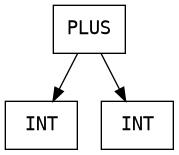
Above: ast.png in L-Marcel/texty (Graphviz), before the change. Its source is kept beside it as ast.dot. Source of this version:
```dot
digraph AST {
  node [shape=box, fontname="Courier"];
  "0x5555943cdda0" [label="PLUS"];
  "0x5555943cdda0" -> "0x5555943cdd60";
  "0x5555943cdd60" [label="INT"];
  "0x5555943cdda0" -> "0x5555943cdd80";
  "0x5555943cdd80" [label="INT"];
}
```
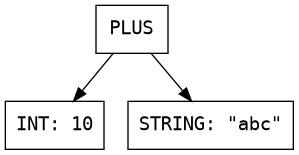
After the change.

What changed in the source:
```diff
@@ -1,8 +1,8 @@
 digraph AST {
   node [shape=box, fontname="Courier"];
-  "0x5555943cdda0" [label="PLUS"];
-  "0x5555943cdda0" -> "0x5555943cdd60";
-  "0x5555943cdd60" [label="INT"];
-  "0x5555943cdda0" -> "0x5555943cdd80";
-  "0x5555943cdd80" [label="INT"];
+  "0x55556f48fdc0" [label="PLUS"];
+  "0x55556f48fdc0" -> "0x55556f48fd60";
+  "0x55556f48fd60" [label="INT: 10"];
+  "0x55556f48fdc0" -> "0x55556f48fd80";
+  "0x55556f48fd80" [label="STRING: \"abc\""];
 }
```
